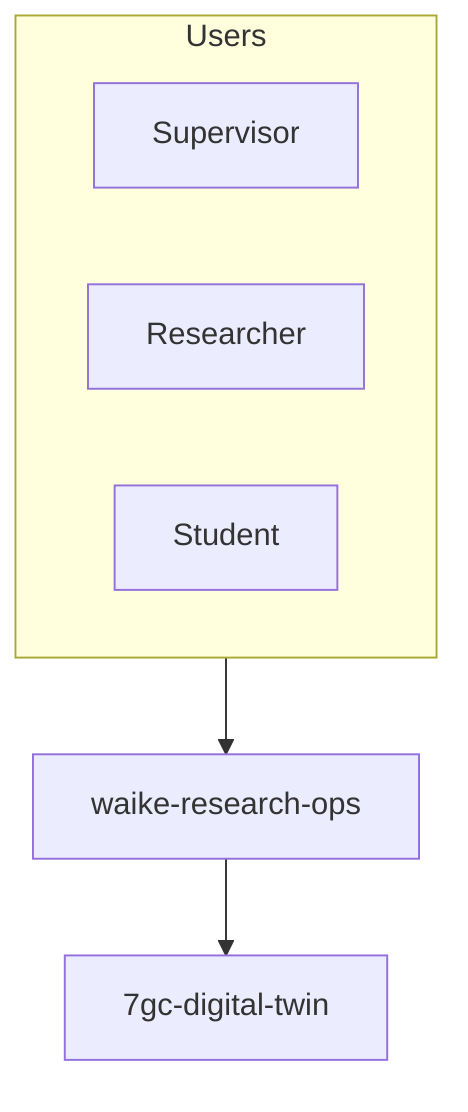
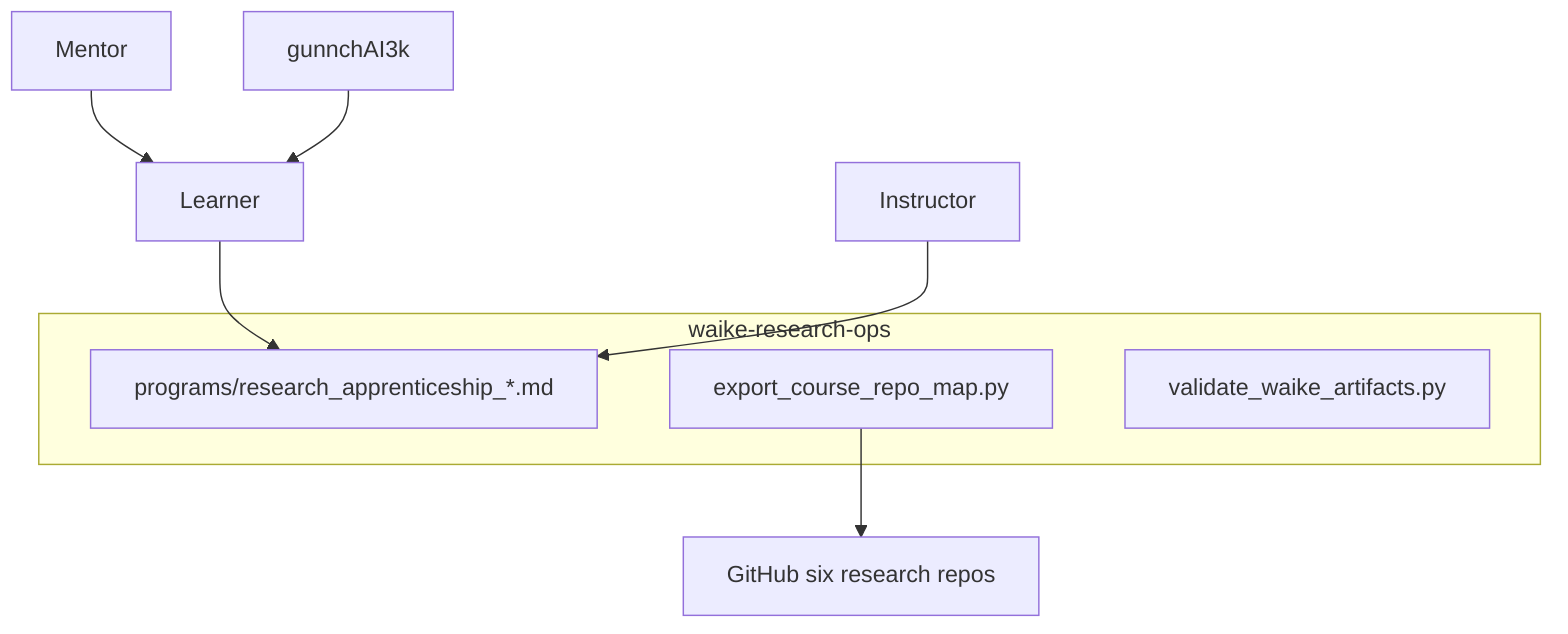
flowchart TB
-   subgraph users [Users]
-     SUP[Supervisor]
-     RES[Researcher]
-     STU[Student]
+   LRN[Learner]
+   INS[Instructor]
+   MENT[Mentor]
+   TUTOR[gunnchAI3k]
+   subgraph SYS[waike-research-ops]
+     PROG[programs/research_apprenticeship_*.md]
+     MAP[export_course_repo_map.py]
+     VAL[validate_waike_artifacts.py]
  end
-   SYS[waike-research-ops]
-   TWIN[7gc-digital-twin]
-   users --> SYS
-   SYS --> TWIN
+   GH[GitHub six research repos]
+   LRN --> PROG
+   INS --> PROG
+   MENT --> LRN
+   TUTOR --> LRN
+   MAP --> GH
